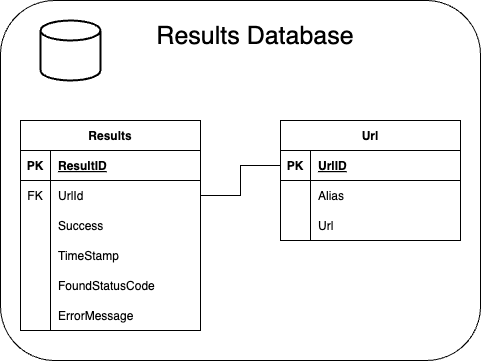
This is docs/database-architecture.drawio.png from JackPlowman/project-status-checker, a draw.io export, as it was before one commit. Source tidied: cells renumbered, new cells last; positions are measured from the earlier drawing's top-left corner, leaving out a move shared by most shapes. The source it was exported from:
```xml
<mxGraphModel>
  <root>
    <mxCell id="0" />
    <mxCell id="1" parent="0" />
    <mxCell id="2" style="rounded=1;whiteSpace=wrap;html=1;" parent="1" vertex="1">
      <mxGeometry width="480" height="360" as="geometry" />
    </mxCell>
    <mxCell id="3" value="Results" style="shape=table;startSize=30;rowLines=0;fontStyle=1;align=center;" parent="1" vertex="1">
      <mxGeometry x="20" y="120" width="180" height="210" as="geometry" />
    </mxCell>
    <mxCell id="4" style="shape=tableRow;horizontal=0;startSize=0;swimlaneHead=0;swimlaneBody=0;fillColor=none;top=0;left=0;right=0;bottom=1;" parent="3" vertex="1">
      <mxGeometry y="30" width="180" height="30" as="geometry" />
    </mxCell>
    <mxCell id="5" value="PK" style="shape=partialRectangle;fillColor=none;top=0;left=0;bottom=0;right=0;fontStyle=1;overflow=hidden;" parent="4" vertex="1">
      <mxGeometry width="30" height="30" as="geometry" />
    </mxCell>
    <mxCell id="6" value="ResultID" style="shape=partialRectangle;fillColor=none;top=0;left=0;bottom=0;right=0;align=left;spacingLeft=6;fontStyle=5;overflow=hidden;" parent="4" vertex="1">
      <mxGeometry x="30" width="150" height="30" as="geometry" />
    </mxCell>
    <mxCell id="7" style="shape=tableRow;horizontal=0;startSize=0;swimlaneHead=0;swimlaneBody=0;fillColor=none;points=[[0,0.5],[1,0.5]];portConstraint=eastwest;top=0;left=0;right=0;bottom=0;" parent="3" vertex="1">
      <mxGeometry y="60" width="180" height="30" as="geometry" />
    </mxCell>
    <mxCell id="8" value="FK" style="shape=partialRectangle;fillColor=none;top=0;left=0;bottom=0;right=0;fontStyle=0;overflow=hidden;" parent="7" vertex="1">
      <mxGeometry width="30" height="30" as="geometry" />
    </mxCell>
    <mxCell id="9" value="UrlId" style="shape=partialRectangle;fillColor=none;top=0;left=0;bottom=0;right=0;align=left;spacingLeft=6;fontStyle=0;overflow=hidden;" parent="7" vertex="1">
      <mxGeometry x="30" width="150" height="30" as="geometry" />
    </mxCell>
    <mxCell id="10" style="shape=tableRow;horizontal=0;startSize=0;swimlaneHead=0;swimlaneBody=0;fillColor=none;top=0;left=0;right=0;bottom=0;" parent="3" vertex="1">
      <mxGeometry y="90" width="180" height="30" as="geometry" />
    </mxCell>
    <mxCell id="11" style="shape=partialRectangle;fillColor=none;top=0;left=0;bottom=0;right=0;overflow=hidden;" parent="10" vertex="1">
      <mxGeometry width="30" height="30" as="geometry" />
    </mxCell>
    <mxCell id="12" value="Success" style="shape=partialRectangle;fillColor=none;top=0;left=0;bottom=0;right=0;align=left;spacingLeft=6;overflow=hidden;" parent="10" vertex="1">
      <mxGeometry x="30" width="150" height="30" as="geometry" />
    </mxCell>
    <mxCell id="13" style="shape=tableRow;horizontal=0;startSize=0;swimlaneHead=0;swimlaneBody=0;fillColor=none;top=0;left=0;right=0;bottom=0;" parent="3" vertex="1">
      <mxGeometry y="120" width="180" height="30" as="geometry" />
    </mxCell>
    <mxCell id="14" style="shape=partialRectangle;fillColor=none;top=0;left=0;bottom=0;right=0;overflow=hidden;" parent="13" vertex="1">
      <mxGeometry width="30" height="30" as="geometry" />
    </mxCell>
    <mxCell id="15" value="TimeStamp" style="shape=partialRectangle;fillColor=none;top=0;left=0;bottom=0;right=0;align=left;spacingLeft=6;overflow=hidden;" parent="13" vertex="1">
      <mxGeometry x="30" width="150" height="30" as="geometry" />
    </mxCell>
    <mxCell id="16" style="shape=tableRow;horizontal=0;startSize=0;swimlaneHead=0;swimlaneBody=0;fillColor=none;top=0;left=0;right=0;bottom=0;" parent="3" vertex="1">
      <mxGeometry y="150" width="180" height="30" as="geometry" />
    </mxCell>
    <mxCell id="17" style="shape=partialRectangle;fillColor=none;top=0;left=0;bottom=0;right=0;overflow=hidden;" parent="16" vertex="1">
      <mxGeometry width="30" height="30" as="geometry" />
    </mxCell>
    <mxCell id="18" value="FoundStatusCode" style="shape=partialRectangle;fillColor=none;top=0;left=0;bottom=0;right=0;align=left;spacingLeft=6;overflow=hidden;" parent="16" vertex="1">
      <mxGeometry x="30" width="150" height="30" as="geometry" />
    </mxCell>
    <mxCell id="19" style="shape=tableRow;horizontal=0;startSize=0;swimlaneHead=0;swimlaneBody=0;fillColor=none;top=0;left=0;right=0;bottom=0;" parent="3" vertex="1">
      <mxGeometry y="180" width="180" height="30" as="geometry" />
    </mxCell>
    <mxCell id="20" style="shape=partialRectangle;fillColor=none;top=0;left=0;bottom=0;right=0;overflow=hidden;" parent="19" vertex="1">
      <mxGeometry width="30" height="30" as="geometry" />
    </mxCell>
    <mxCell id="21" value="ErrorMessage" style="shape=partialRectangle;fillColor=none;top=0;left=0;bottom=0;right=0;align=left;spacingLeft=6;overflow=hidden;" parent="19" vertex="1">
      <mxGeometry x="30" width="150" height="30" as="geometry" />
    </mxCell>
    <mxCell id="22" style="strokeWidth=2;html=1;shape=mxgraph.flowchart.database;whiteSpace=wrap;" parent="1" vertex="1">
      <mxGeometry x="40" y="20" width="60" height="60" as="geometry" />
    </mxCell>
    <mxCell id="23" value="Url" style="shape=table;startSize=30;rowLines=0;fontStyle=1;align=center;" parent="1" vertex="1">
      <mxGeometry x="280" y="120" width="180" height="120" as="geometry" />
    </mxCell>
    <mxCell id="24" style="shape=tableRow;horizontal=0;startSize=0;swimlaneHead=0;swimlaneBody=0;fillColor=none;points=[[0,0.5],[1,0.5]];portConstraint=eastwest;top=0;left=0;right=0;bottom=1;" parent="23" vertex="1">
      <mxGeometry y="30" width="180" height="30" as="geometry" />
    </mxCell>
    <mxCell id="25" value="PK" style="shape=partialRectangle;fillColor=none;top=0;left=0;bottom=0;right=0;fontStyle=1;overflow=hidden;" parent="24" vertex="1">
      <mxGeometry width="30" height="30" as="geometry" />
    </mxCell>
    <mxCell id="26" value="UrlID" style="shape=partialRectangle;fillColor=none;top=0;left=0;bottom=0;right=0;align=left;spacingLeft=6;fontStyle=5;overflow=hidden;" parent="24" vertex="1">
      <mxGeometry x="30" width="150" height="30" as="geometry" />
    </mxCell>
    <mxCell id="27" style="shape=tableRow;horizontal=0;startSize=0;swimlaneHead=0;swimlaneBody=0;fillColor=none;top=0;left=0;right=0;bottom=0;" parent="23" vertex="1">
      <mxGeometry y="60" width="180" height="30" as="geometry" />
    </mxCell>
    <mxCell id="28" style="shape=partialRectangle;fillColor=none;top=0;left=0;bottom=0;right=0;overflow=hidden;" parent="27" vertex="1">
      <mxGeometry width="30" height="30" as="geometry" />
    </mxCell>
    <mxCell id="29" value="Alias" style="shape=partialRectangle;fillColor=none;top=0;left=0;bottom=0;right=0;align=left;spacingLeft=6;overflow=hidden;" parent="27" vertex="1">
      <mxGeometry x="30" width="150" height="30" as="geometry" />
    </mxCell>
    <mxCell id="30" style="shape=tableRow;horizontal=0;startSize=0;swimlaneHead=0;swimlaneBody=0;fillColor=none;top=0;left=0;right=0;bottom=0;" parent="23" vertex="1">
      <mxGeometry y="90" width="180" height="30" as="geometry" />
    </mxCell>
    <mxCell id="31" style="shape=partialRectangle;fillColor=none;top=0;left=0;bottom=0;right=0;overflow=hidden;" parent="30" vertex="1">
      <mxGeometry width="30" height="30" as="geometry" />
    </mxCell>
    <mxCell id="32" value="Url" style="shape=partialRectangle;fillColor=none;top=0;left=0;bottom=0;right=0;align=left;spacingLeft=6;overflow=hidden;" parent="30" vertex="1">
      <mxGeometry x="30" width="150" height="30" as="geometry" />
    </mxCell>
    <mxCell id="33" style="edgeStyle=orthogonalEdgeStyle;html=1;entryX=0;entryY=0.5;entryDx=0;entryDy=0;exitX=1;exitY=0.5;exitDx=0;exitDy=0;strokeColor=default;endArrow=none;endFill=0;rounded=0;" parent="1" edge="1" source="7" target="24">
      <mxGeometry relative="1" as="geometry">
        <Array as="points">
          <mxPoint x="240" y="195" />
          <mxPoint x="240" y="165" />
        </Array>
      </mxGeometry>
    </mxCell>
    <mxCell id="34" value="Results Database" style="text;html=1;strokeColor=none;fillColor=none;align=center;verticalAlign=middle;whiteSpace=wrap;rounded=0;fontSize=25;" parent="1" vertex="1">
      <mxGeometry x="120" y="20" width="270" height="30" as="geometry" />
    </mxCell>
  </root>
</mxGraphModel>
```
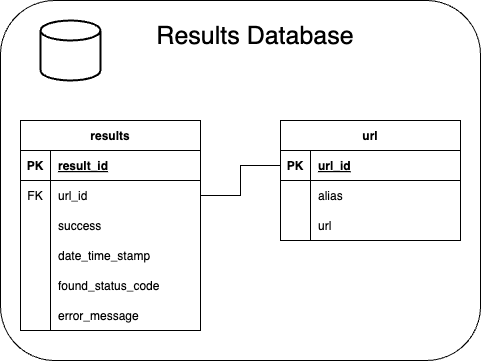
Later version of the same file.

Commit message:
build: Generate Database if not exists (#192)

Change to the diagram source:
```diff
@@ -5,7 +5,7 @@
     <mxCell id="2" style="rounded=1;whiteSpace=wrap;html=1;" parent="1" vertex="1">
       <mxGeometry width="480" height="360" as="geometry" />
     </mxCell>
-    <mxCell id="3" value="Results" style="shape=table;startSize=30;rowLines=0;fontStyle=1;align=center;" parent="1" vertex="1">
+    <mxCell id="3" value="results" style="shape=table;startSize=30;rowLines=0;fontStyle=1;align=center;" parent="1" vertex="1">
       <mxGeometry x="20" y="120" width="180" height="210" as="geometry" />
     </mxCell>
     <mxCell id="4" style="shape=tableRow;horizontal=0;startSize=0;swimlaneHead=0;swimlaneBody=0;fillColor=none;top=0;left=0;right=0;bottom=1;" parent="3" vertex="1">
@@ -14,7 +14,7 @@
     <mxCell id="5" value="PK" style="shape=partialRectangle;fillColor=none;top=0;left=0;bottom=0;right=0;fontStyle=1;overflow=hidden;" parent="4" vertex="1">
       <mxGeometry width="30" height="30" as="geometry" />
     </mxCell>
-    <mxCell id="6" value="ResultID" style="shape=partialRectangle;fillColor=none;top=0;left=0;bottom=0;right=0;align=left;spacingLeft=6;fontStyle=5;overflow=hidden;" parent="4" vertex="1">
+    <mxCell id="6" value="result_id" style="shape=partialRectangle;fillColor=none;top=0;left=0;bottom=0;right=0;align=left;spacingLeft=6;fontStyle=5;overflow=hidden;" parent="4" vertex="1">
       <mxGeometry x="30" width="150" height="30" as="geometry" />
     </mxCell>
     <mxCell id="7" style="shape=tableRow;horizontal=0;startSize=0;swimlaneHead=0;swimlaneBody=0;fillColor=none;points=[[0,0.5],[1,0.5]];portConstraint=eastwest;top=0;left=0;right=0;bottom=0;" parent="3" vertex="1">
@@ -23,7 +23,7 @@
     <mxCell id="8" value="FK" style="shape=partialRectangle;fillColor=none;top=0;left=0;bottom=0;right=0;fontStyle=0;overflow=hidden;" parent="7" vertex="1">
       <mxGeometry width="30" height="30" as="geometry" />
     </mxCell>
-    <mxCell id="9" value="UrlId" style="shape=partialRectangle;fillColor=none;top=0;left=0;bottom=0;right=0;align=left;spacingLeft=6;fontStyle=0;overflow=hidden;" parent="7" vertex="1">
+    <mxCell id="9" value="url_id" style="shape=partialRectangle;fillColor=none;top=0;left=0;bottom=0;right=0;align=left;spacingLeft=6;fontStyle=0;overflow=hidden;" parent="7" vertex="1">
       <mxGeometry x="30" width="150" height="30" as="geometry" />
     </mxCell>
     <mxCell id="10" style="shape=tableRow;horizontal=0;startSize=0;swimlaneHead=0;swimlaneBody=0;fillColor=none;top=0;left=0;right=0;bottom=0;" parent="3" vertex="1">
@@ -32,7 +32,7 @@
     <mxCell id="11" style="shape=partialRectangle;fillColor=none;top=0;left=0;bottom=0;right=0;overflow=hidden;" parent="10" vertex="1">
       <mxGeometry width="30" height="30" as="geometry" />
     </mxCell>
-    <mxCell id="12" value="Success" style="shape=partialRectangle;fillColor=none;top=0;left=0;bottom=0;right=0;align=left;spacingLeft=6;overflow=hidden;" parent="10" vertex="1">
+    <mxCell id="12" value="success" style="shape=partialRectangle;fillColor=none;top=0;left=0;bottom=0;right=0;align=left;spacingLeft=6;overflow=hidden;" parent="10" vertex="1">
       <mxGeometry x="30" width="150" height="30" as="geometry" />
     </mxCell>
     <mxCell id="13" style="shape=tableRow;horizontal=0;startSize=0;swimlaneHead=0;swimlaneBody=0;fillColor=none;top=0;left=0;right=0;bottom=0;" parent="3" vertex="1">
@@ -41,7 +41,7 @@
     <mxCell id="14" style="shape=partialRectangle;fillColor=none;top=0;left=0;bottom=0;right=0;overflow=hidden;" parent="13" vertex="1">
       <mxGeometry width="30" height="30" as="geometry" />
     </mxCell>
-    <mxCell id="15" value="TimeStamp" style="shape=partialRectangle;fillColor=none;top=0;left=0;bottom=0;right=0;align=left;spacingLeft=6;overflow=hidden;" parent="13" vertex="1">
+    <mxCell id="15" value="date_time_stamp" style="shape=partialRectangle;fillColor=none;top=0;left=0;bottom=0;right=0;align=left;spacingLeft=6;overflow=hidden;" parent="13" vertex="1">
       <mxGeometry x="30" width="150" height="30" as="geometry" />
     </mxCell>
     <mxCell id="16" style="shape=tableRow;horizontal=0;startSize=0;swimlaneHead=0;swimlaneBody=0;fillColor=none;top=0;left=0;right=0;bottom=0;" parent="3" vertex="1">
@@ -50,7 +50,7 @@
     <mxCell id="17" style="shape=partialRectangle;fillColor=none;top=0;left=0;bottom=0;right=0;overflow=hidden;" parent="16" vertex="1">
       <mxGeometry width="30" height="30" as="geometry" />
     </mxCell>
-    <mxCell id="18" value="FoundStatusCode" style="shape=partialRectangle;fillColor=none;top=0;left=0;bottom=0;right=0;align=left;spacingLeft=6;overflow=hidden;" parent="16" vertex="1">
+    <mxCell id="18" value="found_status_code" style="shape=partialRectangle;fillColor=none;top=0;left=0;bottom=0;right=0;align=left;spacingLeft=6;overflow=hidden;" parent="16" vertex="1">
       <mxGeometry x="30" width="150" height="30" as="geometry" />
     </mxCell>
     <mxCell id="19" style="shape=tableRow;horizontal=0;startSize=0;swimlaneHead=0;swimlaneBody=0;fillColor=none;top=0;left=0;right=0;bottom=0;" parent="3" vertex="1">
@@ -59,13 +59,13 @@
     <mxCell id="20" style="shape=partialRectangle;fillColor=none;top=0;left=0;bottom=0;right=0;overflow=hidden;" parent="19" vertex="1">
       <mxGeometry width="30" height="30" as="geometry" />
     </mxCell>
-    <mxCell id="21" value="ErrorMessage" style="shape=partialRectangle;fillColor=none;top=0;left=0;bottom=0;right=0;align=left;spacingLeft=6;overflow=hidden;" parent="19" vertex="1">
+    <mxCell id="21" value="error_message" style="shape=partialRectangle;fillColor=none;top=0;left=0;bottom=0;right=0;align=left;spacingLeft=6;overflow=hidden;" parent="19" vertex="1">
       <mxGeometry x="30" width="150" height="30" as="geometry" />
     </mxCell>
     <mxCell id="22" style="strokeWidth=2;html=1;shape=mxgraph.flowchart.database;whiteSpace=wrap;" parent="1" vertex="1">
       <mxGeometry x="40" y="20" width="60" height="60" as="geometry" />
     </mxCell>
-    <mxCell id="23" value="Url" style="shape=table;startSize=30;rowLines=0;fontStyle=1;align=center;" parent="1" vertex="1">
+    <mxCell id="23" value="url" style="shape=table;startSize=30;rowLines=0;fontStyle=1;align=center;" parent="1" vertex="1">
       <mxGeometry x="280" y="120" width="180" height="120" as="geometry" />
     </mxCell>
     <mxCell id="24" style="shape=tableRow;horizontal=0;startSize=0;swimlaneHead=0;swimlaneBody=0;fillColor=none;points=[[0,0.5],[1,0.5]];portConstraint=eastwest;top=0;left=0;right=0;bottom=1;" parent="23" vertex="1">
@@ -74,7 +74,7 @@
     <mxCell id="25" value="PK" style="shape=partialRectangle;fillColor=none;top=0;left=0;bottom=0;right=0;fontStyle=1;overflow=hidden;" parent="24" vertex="1">
       <mxGeometry width="30" height="30" as="geometry" />
     </mxCell>
-    <mxCell id="26" value="UrlID" style="shape=partialRectangle;fillColor=none;top=0;left=0;bottom=0;right=0;align=left;spacingLeft=6;fontStyle=5;overflow=hidden;" parent="24" vertex="1">
+    <mxCell id="26" value="url_id" style="shape=partialRectangle;fillColor=none;top=0;left=0;bottom=0;right=0;align=left;spacingLeft=6;fontStyle=5;overflow=hidden;" parent="24" vertex="1">
       <mxGeometry x="30" width="150" height="30" as="geometry" />
     </mxCell>
     <mxCell id="27" style="shape=tableRow;horizontal=0;startSize=0;swimlaneHead=0;swimlaneBody=0;fillColor=none;top=0;left=0;right=0;bottom=0;" parent="23" vertex="1">
@@ -83,7 +83,7 @@
     <mxCell id="28" style="shape=partialRectangle;fillColor=none;top=0;left=0;bottom=0;right=0;overflow=hidden;" parent="27" vertex="1">
       <mxGeometry width="30" height="30" as="geometry" />
     </mxCell>
-    <mxCell id="29" value="Alias" style="shape=partialRectangle;fillColor=none;top=0;left=0;bottom=0;right=0;align=left;spacingLeft=6;overflow=hidden;" parent="27" vertex="1">
+    <mxCell id="29" value="alias" style="shape=partialRectangle;fillColor=none;top=0;left=0;bottom=0;right=0;align=left;spacingLeft=6;overflow=hidden;" parent="27" vertex="1">
       <mxGeometry x="30" width="150" height="30" as="geometry" />
     </mxCell>
     <mxCell id="30" style="shape=tableRow;horizontal=0;startSize=0;swimlaneHead=0;swimlaneBody=0;fillColor=none;top=0;left=0;right=0;bottom=0;" parent="23" vertex="1">
@@ -92,7 +92,7 @@
     <mxCell id="31" style="shape=partialRectangle;fillColor=none;top=0;left=0;bottom=0;right=0;overflow=hidden;" parent="30" vertex="1">
       <mxGeometry width="30" height="30" as="geometry" />
     </mxCell>
-    <mxCell id="32" value="Url" style="shape=partialRectangle;fillColor=none;top=0;left=0;bottom=0;right=0;align=left;spacingLeft=6;overflow=hidden;" parent="30" vertex="1">
+    <mxCell id="32" value="url" style="shape=partialRectangle;fillColor=none;top=0;left=0;bottom=0;right=0;align=left;spacingLeft=6;overflow=hidden;" parent="30" vertex="1">
       <mxGeometry x="30" width="150" height="30" as="geometry" />
     </mxCell>
     <mxCell id="33" style="edgeStyle=orthogonalEdgeStyle;html=1;entryX=0;entryY=0.5;entryDx=0;entryDy=0;exitX=1;exitY=0.5;exitDx=0;exitDy=0;strokeColor=default;endArrow=none;endFill=0;rounded=0;" parent="1" edge="1" source="7" target="24">
```
